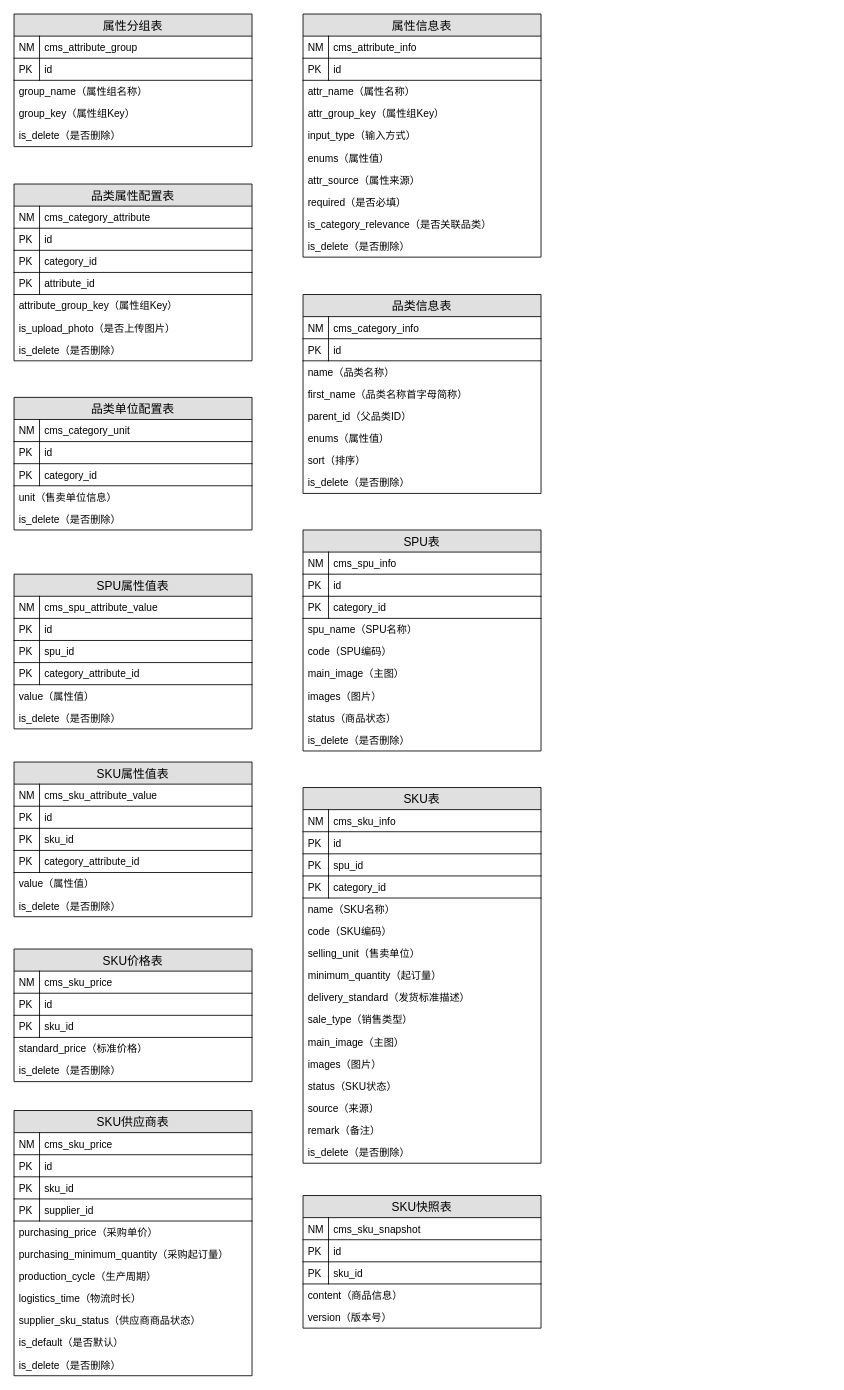
jason-live/flow keeps this draw.io diagram as page "第 5 页" (5 of 5) of 技术架构.drawio. Above is the earlier version. Source tidied: cells renumbered, new cells numbered last; positions are measured from the earlier drawing's top-left corner, leaving out a move shared by most shapes. Both pictures are drawn from the tidied source at 85%, with x=0, y=0 at pixel (14, 14).
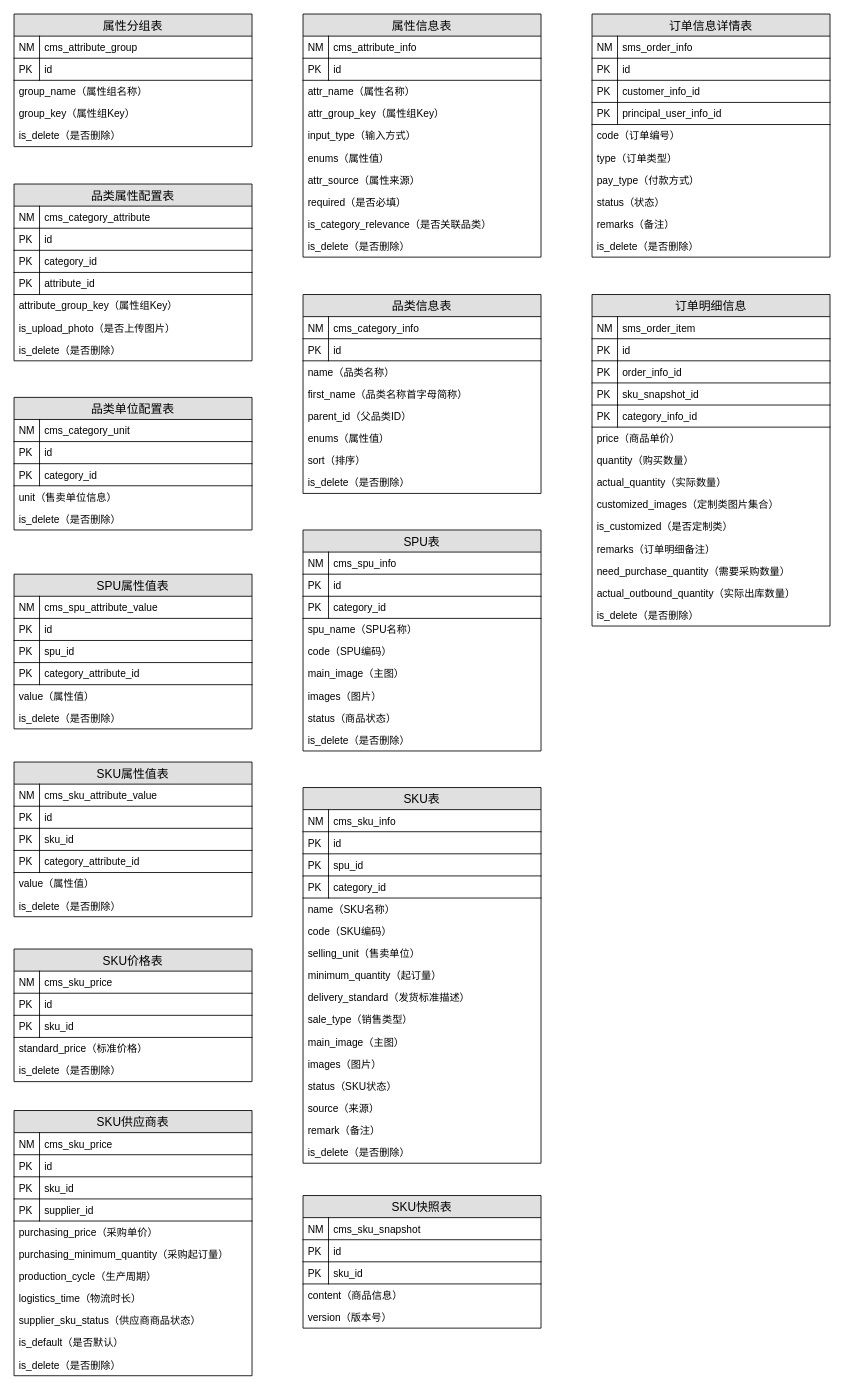
The same page after the edit.

Change to the diagram source:
```diff
@@
+    <mxCell id="145" value="订单信息详情表" style="swimlane;fontStyle=0;horizontal=1;startSize=26;fillColor=#e0e0e0;swimlaneFillColor=#ffffff;align=center;fontSize=14;" parent="1" vertex="1">
+      <mxGeometry x="680" width="280" height="286" as="geometry" />
+    </mxCell>
+    <mxCell id="146" value="sms_order_info" style="shape=partialRectangle;top=0;left=0;right=0;bottom=1;align=left;verticalAlign=top;fillColor=none;spacingLeft=34;spacingRight=4;overflow=hidden;fontSize=12;" parent="145" vertex="1">
+      <mxGeometry y="26" width="280" height="26" as="geometry" />
+    </mxCell>
+    <mxCell id="147" value="NM" style="shape=partialRectangle;top=0;left=0;bottom=0;fillColor=none;align=left;verticalAlign=top;spacingLeft=4;spacingRight=4;overflow=hidden;fontSize=12;" parent="146" vertex="1">
+      <mxGeometry width="30" height="26" as="geometry" />
+    </mxCell>
+    <mxCell id="148" value="id" style="shape=partialRectangle;top=0;left=0;right=0;bottom=1;align=left;verticalAlign=top;fillColor=none;spacingLeft=34;spacingRight=4;overflow=hidden;fontSize=12;" parent="145" vertex="1">
+      <mxGeometry y="52" width="280" height="26" as="geometry" />
+    </mxCell>
+    <mxCell id="149" value="PK" style="shape=partialRectangle;top=0;left=0;bottom=0;fillColor=none;align=left;verticalAlign=top;spacingLeft=4;spacingRight=4;overflow=hidden;fontSize=12;" parent="148" vertex="1">
+      <mxGeometry width="30" height="26" as="geometry" />
+    </mxCell>
+    <mxCell id="150" value="customer_info_id" style="shape=partialRectangle;top=0;left=0;right=0;bottom=1;align=left;verticalAlign=top;fillColor=none;spacingLeft=34;spacingRight=4;overflow=hidden;fontSize=12;" parent="145" vertex="1">
+      <mxGeometry y="78" width="280" height="26" as="geometry" />
+    </mxCell>
+    <mxCell id="151" value="PK" style="shape=partialRectangle;top=0;left=0;bottom=0;fillColor=none;align=left;verticalAlign=top;spacingLeft=4;spacingRight=4;overflow=hidden;fontSize=12;" parent="150" vertex="1">
+      <mxGeometry width="30" height="26" as="geometry" />
+    </mxCell>
+    <mxCell id="152" value="principal_user_info_id" style="shape=partialRectangle;top=0;left=0;right=0;bottom=1;align=left;verticalAlign=top;fillColor=none;spacingLeft=34;spacingRight=4;overflow=hidden;fontSize=12;" parent="145" vertex="1">
+      <mxGeometry y="104" width="280" height="26" as="geometry" />
+    </mxCell>
+    <mxCell id="153" value="PK" style="shape=partialRectangle;top=0;left=0;bottom=0;fillColor=none;align=left;verticalAlign=top;spacingLeft=4;spacingRight=4;overflow=hidden;fontSize=12;" parent="152" vertex="1">
+      <mxGeometry width="30" height="26" as="geometry" />
+    </mxCell>
+    <mxCell id="154" value="code（订单编号）" style="text;strokeColor=none;fillColor=none;spacingLeft=4;spacingRight=4;overflow=hidden;fontSize=12;rounded=1;shadow=0;html=0;" parent="145" vertex="1">
+      <mxGeometry y="130" width="280" height="26" as="geometry" />
+    </mxCell>
+    <mxCell id="155" value="type（订单类型）" style="text;strokeColor=none;fillColor=none;spacingLeft=4;spacingRight=4;overflow=hidden;fontSize=12;rounded=1;shadow=0;html=0;" parent="145" vertex="1">
+      <mxGeometry y="156" width="280" height="26" as="geometry" />
+    </mxCell>
+    <mxCell id="156" value="pay_type（付款方式）" style="text;strokeColor=none;fillColor=none;spacingLeft=4;spacingRight=4;overflow=hidden;fontSize=12;rounded=1;shadow=0;html=0;" parent="145" vertex="1">
+      <mxGeometry y="182" width="280" height="26" as="geometry" />
+    </mxCell>
+    <mxCell id="157" value="status（状态）" style="text;strokeColor=none;fillColor=none;spacingLeft=4;spacingRight=4;overflow=hidden;fontSize=12;rounded=1;shadow=0;html=0;" parent="145" vertex="1">
+      <mxGeometry y="208" width="280" height="26" as="geometry" />
+    </mxCell>
+    <mxCell id="158" value="remarks（备注）" style="text;strokeColor=none;fillColor=none;spacingLeft=4;spacingRight=4;overflow=hidden;fontSize=12;rounded=1;shadow=0;html=0;" parent="145" vertex="1">
+      <mxGeometry y="234" width="280" height="26" as="geometry" />
+    </mxCell>
+    <mxCell id="159" value="is_delete（是否删除）" style="text;strokeColor=none;fillColor=none;spacingLeft=4;spacingRight=4;overflow=hidden;fontSize=12;rounded=1;shadow=0;html=0;" parent="145" vertex="1">
+      <mxGeometry y="260" width="280" height="26" as="geometry" />
+    </mxCell>
+    <mxCell id="160" value="订单明细信息" style="swimlane;fontStyle=0;horizontal=1;startSize=26;fillColor=#e0e0e0;swimlaneFillColor=#ffffff;align=center;fontSize=14;" parent="1" vertex="1">
+      <mxGeometry x="680" y="330" width="280" height="390" as="geometry" />
+    </mxCell>
+    <mxCell id="161" value="sms_order_item" style="shape=partialRectangle;top=0;left=0;right=0;bottom=1;align=left;verticalAlign=top;fillColor=none;spacingLeft=34;spacingRight=4;overflow=hidden;fontSize=12;" parent="160" vertex="1">
+      <mxGeometry y="26" width="280" height="26" as="geometry" />
+    </mxCell>
+    <mxCell id="162" value="NM" style="shape=partialRectangle;top=0;left=0;bottom=0;fillColor=none;align=left;verticalAlign=top;spacingLeft=4;spacingRight=4;overflow=hidden;fontSize=12;" parent="161" vertex="1">
+      <mxGeometry width="30" height="26" as="geometry" />
+    </mxCell>
+    <mxCell id="163" value="id" style="shape=partialRectangle;top=0;left=0;right=0;bottom=1;align=left;verticalAlign=top;fillColor=none;spacingLeft=34;spacingRight=4;overflow=hidden;fontSize=12;" parent="160" vertex="1">
+      <mxGeometry y="52" width="280" height="26" as="geometry" />
+    </mxCell>
+    <mxCell id="164" value="PK" style="shape=partialRectangle;top=0;left=0;bottom=0;fillColor=none;align=left;verticalAlign=top;spacingLeft=4;spacingRight=4;overflow=hidden;fontSize=12;" parent="163" vertex="1">
+      <mxGeometry width="30" height="26" as="geometry" />
+    </mxCell>
+    <mxCell id="165" value="order_info_id" style="shape=partialRectangle;top=0;left=0;right=0;bottom=1;align=left;verticalAlign=top;fillColor=none;spacingLeft=34;spacingRight=4;overflow=hidden;fontSize=12;" parent="160" vertex="1">
+      <mxGeometry y="78" width="280" height="26" as="geometry" />
+    </mxCell>
+    <mxCell id="166" value="PK" style="shape=partialRectangle;top=0;left=0;bottom=0;fillColor=none;align=left;verticalAlign=top;spacingLeft=4;spacingRight=4;overflow=hidden;fontSize=12;" parent="165" vertex="1">
+      <mxGeometry width="30" height="26" as="geometry" />
+    </mxCell>
+    <mxCell id="167" value="sku_snapshot_id" style="shape=partialRectangle;top=0;left=0;right=0;bottom=1;align=left;verticalAlign=top;fillColor=none;spacingLeft=34;spacingRight=4;overflow=hidden;fontSize=12;" parent="160" vertex="1">
+      <mxGeometry y="104" width="280" height="26" as="geometry" />
+    </mxCell>
+    <mxCell id="168" value="PK" style="shape=partialRectangle;top=0;left=0;bottom=0;fillColor=none;align=left;verticalAlign=top;spacingLeft=4;spacingRight=4;overflow=hidden;fontSize=12;" parent="167" vertex="1">
+      <mxGeometry width="30" height="26" as="geometry" />
+    </mxCell>
+    <mxCell id="169" value="category_info_id" style="shape=partialRectangle;top=0;left=0;right=0;bottom=1;align=left;verticalAlign=top;fillColor=none;spacingLeft=34;spacingRight=4;overflow=hidden;fontSize=12;" parent="160" vertex="1">
+      <mxGeometry y="130" width="280" height="26" as="geometry" />
+    </mxCell>
+    <mxCell id="170" value="PK" style="shape=partialRectangle;top=0;left=0;bottom=0;fillColor=none;align=left;verticalAlign=top;spacingLeft=4;spacingRight=4;overflow=hidden;fontSize=12;" parent="169" vertex="1">
+      <mxGeometry width="30" height="26" as="geometry" />
+    </mxCell>
+    <mxCell id="171" value="price（商品单价）" style="text;strokeColor=none;fillColor=none;spacingLeft=4;spacingRight=4;overflow=hidden;fontSize=12;rounded=1;shadow=0;html=0;" parent="160" vertex="1">
+      <mxGeometry y="156" width="280" height="26" as="geometry" />
+    </mxCell>
+    <mxCell id="172" value="quantity（购买数量）" style="text;strokeColor=none;fillColor=none;spacingLeft=4;spacingRight=4;overflow=hidden;fontSize=12;rounded=1;shadow=0;html=0;" parent="160" vertex="1">
+      <mxGeometry y="182" width="280" height="26" as="geometry" />
+    </mxCell>
+    <mxCell id="173" value="actual_quantity（实际数量）" style="text;strokeColor=none;fillColor=none;spacingLeft=4;spacingRight=4;overflow=hidden;fontSize=12;rounded=1;shadow=0;html=0;" parent="160" vertex="1">
+      <mxGeometry y="208" width="280" height="26" as="geometry" />
+    </mxCell>
+    <mxCell id="174" value="customized_images（定制类图片集合）" style="text;strokeColor=none;fillColor=none;spacingLeft=4;spacingRight=4;overflow=hidden;fontSize=12;rounded=1;shadow=0;html=0;" parent="160" vertex="1">
+      <mxGeometry y="234" width="280" height="26" as="geometry" />
+    </mxCell>
+    <mxCell id="175" value="is_customized（是否定制类）" style="text;strokeColor=none;fillColor=none;spacingLeft=4;spacingRight=4;overflow=hidden;fontSize=12;rounded=1;shadow=0;html=0;" parent="160" vertex="1">
+      <mxGeometry y="260" width="280" height="26" as="geometry" />
+    </mxCell>
+    <mxCell id="176" value="remarks（订单明细备注）" style="text;strokeColor=none;fillColor=none;spacingLeft=4;spacingRight=4;overflow=hidden;fontSize=12;rounded=1;shadow=0;html=0;" parent="160" vertex="1">
+      <mxGeometry y="286" width="280" height="26" as="geometry" />
+    </mxCell>
+    <mxCell id="177" value="need_purchase_quantity（需要采购数量）" style="text;strokeColor=none;fillColor=none;spacingLeft=4;spacingRight=4;overflow=hidden;fontSize=12;rounded=1;shadow=0;html=0;" parent="160" vertex="1">
+      <mxGeometry y="312" width="280" height="26" as="geometry" />
+    </mxCell>
+    <mxCell id="178" value="actual_outbound_quantity（实际出库数量）" style="text;strokeColor=none;fillColor=none;spacingLeft=4;spacingRight=4;overflow=hidden;fontSize=12;rounded=1;shadow=0;html=0;" parent="160" vertex="1">
+      <mxGeometry y="338" width="280" height="26" as="geometry" />
+    </mxCell>
+    <mxCell id="179" value="is_delete（是否删除）" style="text;strokeColor=none;fillColor=none;spacingLeft=4;spacingRight=4;overflow=hidden;fontSize=12;rounded=1;shadow=0;html=0;" parent="160" vertex="1">
+      <mxGeometry y="364" width="280" height="26" as="geometry" />
+    </mxCell>
```
